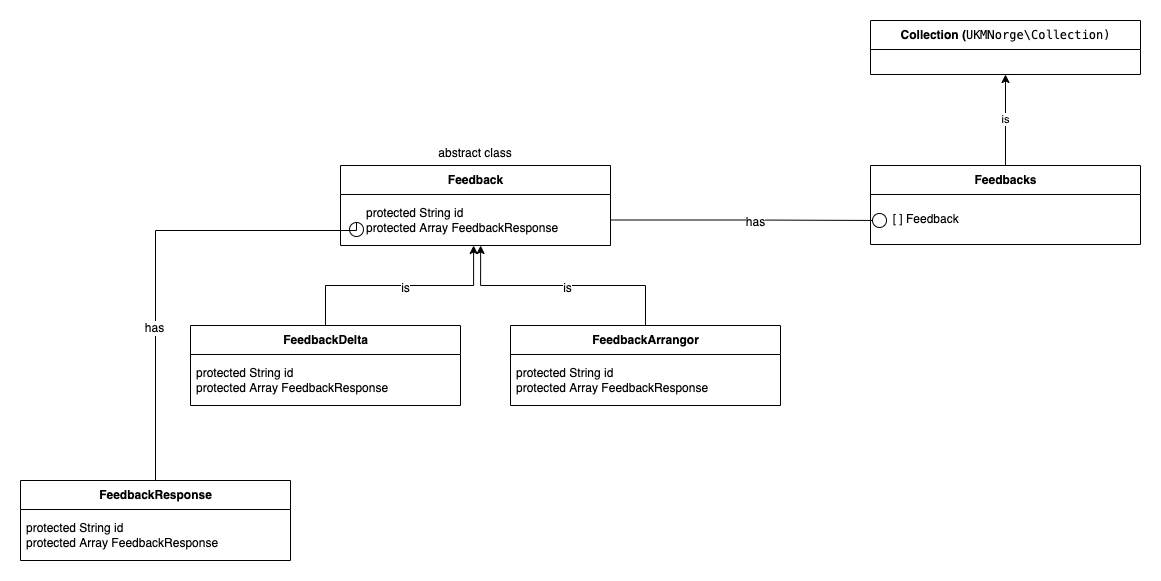
The draw.io diagram Feedback/documentation/Klassdiagram.png in UKMNorge/UKMapi, before a commit. Source tidied: cells renumbered, new cells last; positions are measured from the earlier drawing's top-left corner, leaving out a move shared by most shapes.
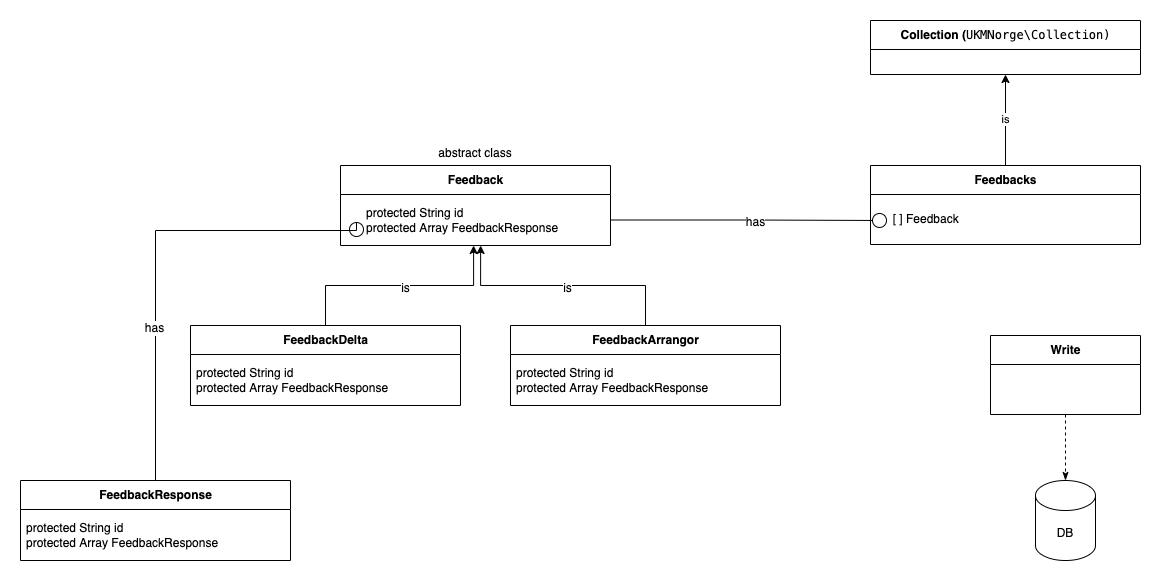
The same file after the commit.

Change to the diagram source:
```diff
@@ -75,5 +75,14 @@
     <mxCell id="22" value="protected String id&lt;br&gt;protected Array FeedbackResponse" style="text;html=1;strokeColor=none;fillColor=none;align=left;verticalAlign=middle;spacingLeft=4;spacingRight=4;overflow=hidden;" parent="21" vertex="1">
       <mxGeometry y="29" width="270" height="51" as="geometry" />
     </mxCell>
+    <mxCell id="23" style="edgeStyle=orthogonalEdgeStyle;rounded=0;jettySize=auto;html=1;fontSize=12;fontColor=#000000;endArrow=classicThin;endFill=1;dashed=1;" parent="1" edge="1" source="24" target="25">
+      <mxGeometry relative="1" as="geometry" />
+    </mxCell>
+    <mxCell id="24" value="Write" style="swimlane;fontStyle=1;align=center;verticalAlign=middle;horizontal=1;startSize=29;html=1;" parent="1" vertex="1">
+      <mxGeometry x="970" y="315" width="150" height="79" as="geometry" />
+    </mxCell>
+    <mxCell id="25" value="DB" style="shape=cylinder3;whiteSpace=wrap;html=1;boundedLbl=1;backgroundOutline=1;size=15;labelBackgroundColor=none;fontSize=12;fontColor=#000000;" parent="1" vertex="1">
+      <mxGeometry x="1015" y="460" width="60" height="80" as="geometry" />
+    </mxCell>
   </root>
 </mxGraphModel>
```
